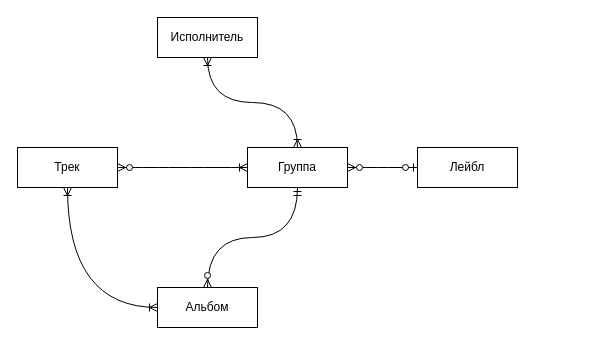
Above: conceptual.drawio in enard-dbzr/DB-MIPT (draw.io), before the change. Source tidied: cells renumbered, new cells numbered last; positions are measured from the earlier drawing's top-left corner, leaving out a move shared by most shapes. Both pictures are drawn from the tidied source at 100%, with x=0, y=0 at pixel (17, 17).
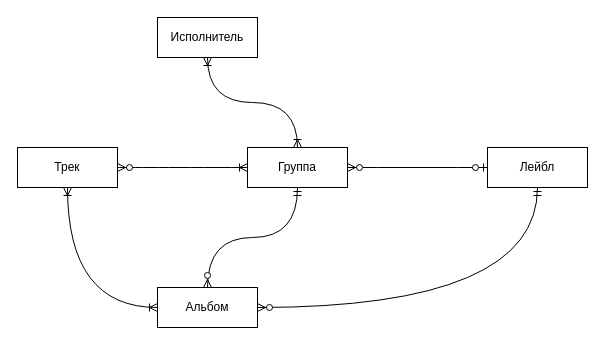
The same diagram, later.

Commit message:
added album-label relation

The edit, as a diff of the source:
```diff
@@
 <mxGraphModel>
   <root>
     <mxCell id="0" />
     <mxCell id="1" parent="0" />
     <mxCell id="2" value="Трек" style="whiteSpace=wrap;html=1;align=center;strokeColor=default;verticalAlign=middle;fontFamily=Helvetica;fontSize=12;fontColor=default;fillColor=default;" parent="1" vertex="1">
       <mxGeometry y="130" width="100" height="40" as="geometry" />
     </mxCell>
     <mxCell id="3" value="Исполнитель" style="whiteSpace=wrap;html=1;align=center;" parent="1" vertex="1">
       <mxGeometry x="140" width="100" height="40" as="geometry" />
     </mxCell>
     <mxCell id="4" value="Лейбл" style="whiteSpace=wrap;html=1;align=center;" parent="1" vertex="1">
-      <mxGeometry x="400" y="130" width="100" height="40" as="geometry" />
+      <mxGeometry x="470" y="130" width="100" height="40" as="geometry" />
     </mxCell>
     <mxCell id="5" value="Группа" style="whiteSpace=wrap;html=1;align=center;" parent="1" vertex="1">
       <mxGeometry x="230" y="130" width="100" height="40" as="geometry" />
     </mxCell>
     <mxCell id="6" value="Альбом" style="whiteSpace=wrap;html=1;align=center;strokeColor=default;verticalAlign=middle;fontFamily=Helvetica;fontSize=12;fontColor=default;fillColor=default;" parent="1" vertex="1">
       <mxGeometry x="140" y="270" width="100" height="40" as="geometry" />
     </mxCell>
     <mxCell id="7" style="edgeStyle=entityRelationEdgeStyle;fontSize=12;html=1;endArrow=ERzeroToMany;startArrow=ERzeroToOne;rounded=0;fontFamily=Helvetica;fontColor=default;" parent="1" edge="1" source="4" target="5">
       <mxGeometry relative="1" as="geometry" />
     </mxCell>
     <mxCell id="8" style="edgeStyle=orthogonalEdgeStyle;fontSize=12;html=1;endArrow=ERoneToMany;startArrow=ERoneToMany;rounded=0;fontFamily=Helvetica;fontColor=default;curved=1;" parent="1" edge="1" source="5" target="3">
       <mxGeometry relative="1" as="geometry" />
     </mxCell>
     <mxCell id="9" style="edgeStyle=orthogonalEdgeStyle;fontSize=12;html=1;endArrow=ERzeroToMany;startArrow=ERmandOne;rounded=0;fontFamily=Helvetica;fontColor=default;curved=1;" parent="1" edge="1" source="5" target="6">
       <mxGeometry relative="1" as="geometry" />
     </mxCell>
     <mxCell id="10" style="edgeStyle=orthogonalEdgeStyle;fontSize=12;html=1;endArrow=ERoneToMany;startArrow=ERoneToMany;rounded=0;fontFamily=Helvetica;fontColor=default;curved=1;startFill=0;" parent="1" edge="1" source="6" target="2">
       <mxGeometry relative="1" as="geometry" />
     </mxCell>
     <mxCell id="11" style="edgeStyle=orthogonalEdgeStyle;fontSize=12;html=1;endArrow=ERoneToMany;startArrow=ERzeroToMany;rounded=0;fontFamily=Helvetica;fontColor=default;curved=1;" parent="1" edge="1" source="2" target="5">
       <mxGeometry relative="1" as="geometry" />
     </mxCell>
+    <mxCell id="12" style="edgeStyle=orthogonalEdgeStyle;fontSize=12;html=1;endArrow=ERzeroToMany;startArrow=ERmandOne;rounded=0;fontFamily=Helvetica;fontColor=default;curved=1;" parent="1" edge="1" source="4" target="6">
+      <mxGeometry relative="1" as="geometry">
+        <Array as="points">
+          <mxPoint x="520" y="290" />
+        </Array>
+      </mxGeometry>
+    </mxCell>
   </root>
 </mxGraphModel>
```
